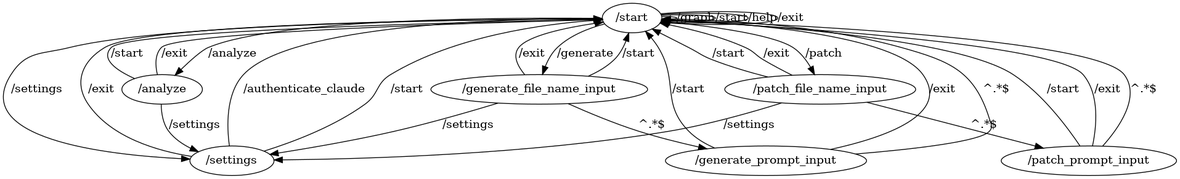
This is flows/morph.png from VasyaLutiy/MorphReborn, a Graphviz export, as it was before one commit. Its source is kept beside it as flows/morph.dot.
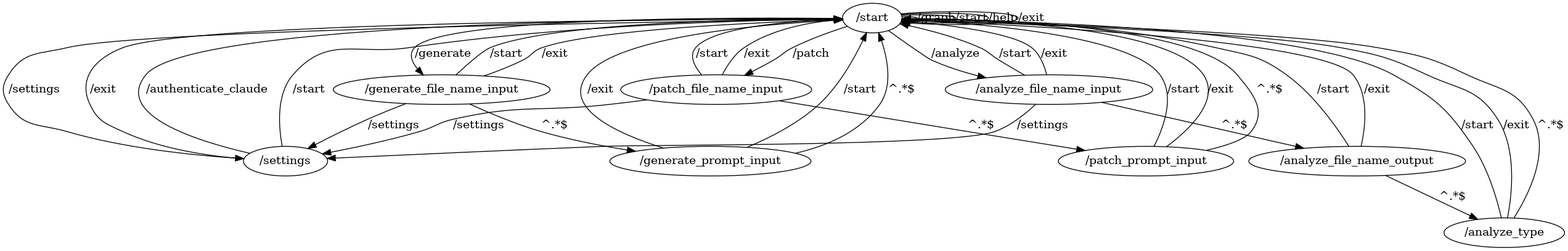
The same diagram one commit later.

Commit message:
- most of the "Analyze" user story.

Diff of the diagram source:
```diff
@@ -23,8 +23,15 @@
 	"/patch_prompt_input" -> "/start" [label="/start"]
 	"/patch_prompt_input" -> "/start" [label="/exit"]
 	"/patch_prompt_input" -> "/start" [label="^.*$"]
-	"/start" -> "/analyze" [label="/analyze"]
-	"/analyze" -> "/start" [label="/start"]
-	"/analyze" -> "/settings" [label="/settings"]
-	"/analyze" -> "/start" [label="/exit"]
+	"/start" -> "/analyze_file_name_input" [label="/analyze"]
+	"/analyze_file_name_input" -> "/start" [label="/start"]
+	"/analyze_file_name_input" -> "/settings" [label="/settings"]
+	"/analyze_file_name_input" -> "/start" [label="/exit"]
+	"/analyze_file_name_input" -> "/analyze_file_name_output" [label="^.*$"]
+	"/analyze_file_name_output" -> "/start" [label="/start"]
+	"/analyze_file_name_output" -> "/start" [label="/exit"]
+	"/analyze_file_name_output" -> "/analyze_type" [label="^.*$"]
+	"/analyze_type" -> "/start" [label="/start"]
+	"/analyze_type" -> "/start" [label="/exit"]
+	"/analyze_type" -> "/start" [label="^.*$"]
 }
```
